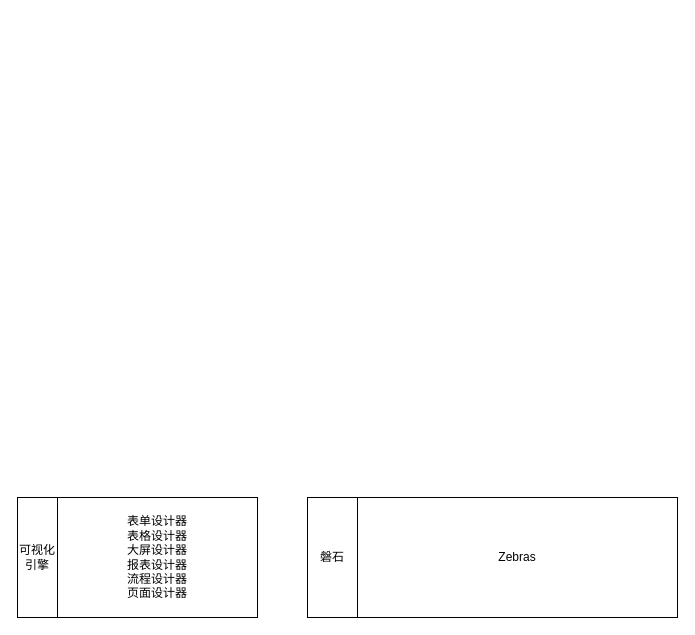
This is 低代码—架构.drawio from tangyaosimida/love, a draw.io file, before an edit. Source tidied: cells renumbered, new cells numbered last; positions are measured from the earlier drawing's top-left corner, leaving out a move shared by most shapes. Both pictures are drawn from the tidied source at 100%, with x=0, y=0 at pixel (17, 497).
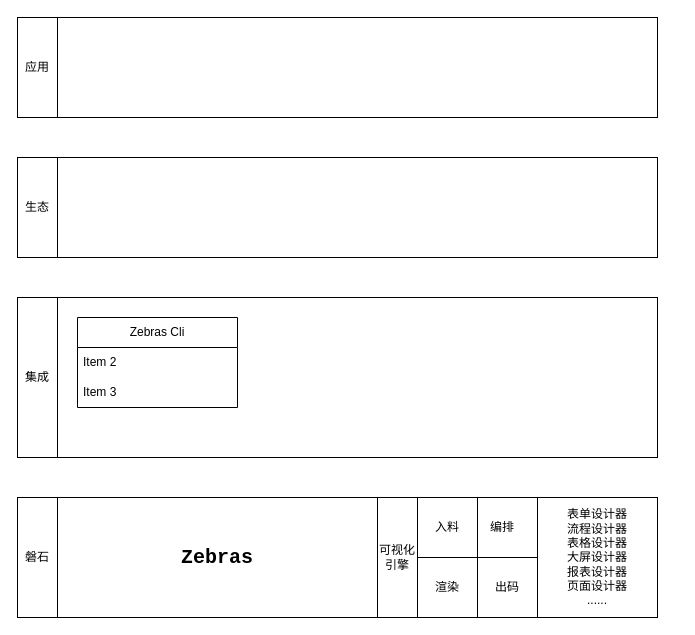
Above is the later version.

Commit message (it also covers changes not shown here):
更新低代码—架构.drawio

Diff of the diagram source:
```diff
@@
-    <mxCell id="2" value="可视化引擎" style="rounded=0;whiteSpace=wrap;html=1;" parent="1" vertex="1">
-      <mxGeometry width="40" height="120" as="geometry" />
-    </mxCell>
-    <mxCell id="3" value="表单设计器&lt;br&gt;表格设计器&lt;br&gt;大屏设计器&lt;br&gt;报表设计器&lt;br&gt;流程设计器&lt;br&gt;页面设计器" style="rounded=0;whiteSpace=wrap;html=1;" parent="1" vertex="1">
-      <mxGeometry x="40" width="200" height="120" as="geometry" />
-    </mxCell>
-    <mxCell id="4" value="Zebras" style="rounded=0;whiteSpace=wrap;html=1;" parent="1" vertex="1">
-      <mxGeometry x="340" width="320" height="120" as="geometry" />
+    <mxCell id="4" style="rounded=0;whiteSpace=wrap;html=1;" parent="1" vertex="1">
+      <mxGeometry x="40" width="600" height="120" as="geometry" />
     </mxCell>
     <mxCell id="5" value="磐石" style="rounded=0;whiteSpace=wrap;html=1;" parent="1" vertex="1">
-      <mxGeometry x="290" width="50" height="120" as="geometry" />
+      <mxGeometry width="40" height="120" as="geometry" />
     </mxCell>
+    <mxCell id="6" style="rounded=0;whiteSpace=wrap;html=1;" parent="1" vertex="1">
+      <mxGeometry x="40" y="-200" width="600" height="160" as="geometry" />
+    </mxCell>
+    <mxCell id="7" value="集成" style="rounded=0;whiteSpace=wrap;html=1;" parent="1" vertex="1">
+      <mxGeometry y="-200" width="40" height="160" as="geometry" />
+    </mxCell>
+    <mxCell id="8" style="rounded=0;whiteSpace=wrap;html=1;" parent="1" vertex="1">
+      <mxGeometry x="40" y="-340" width="600" height="100" as="geometry" />
+    </mxCell>
+    <mxCell id="9" value="生态" style="rounded=0;whiteSpace=wrap;html=1;" parent="1" vertex="1">
+      <mxGeometry y="-340" width="40" height="100" as="geometry" />
+    </mxCell>
+    <mxCell id="10" style="rounded=0;whiteSpace=wrap;html=1;" parent="1" vertex="1">
+      <mxGeometry x="40" y="-480" width="600" height="100" as="geometry" />
+    </mxCell>
+    <mxCell id="11" value="应用" style="rounded=0;whiteSpace=wrap;html=1;" parent="1" vertex="1">
+      <mxGeometry y="-480" width="40" height="100" as="geometry" />
+    </mxCell>
+    <mxCell id="12" style="rounded=0;whiteSpace=wrap;html=1;fillColor=#B3B3B3;" parent="1" vertex="1">
+      <mxGeometry x="400" width="240" height="120" as="geometry" />
+    </mxCell>
+    <mxCell id="13" value="Zebras" style="text;html=1;align=center;verticalAlign=middle;whiteSpace=wrap;rounded=0;fontStyle=1;fontSize=20;fontFamily=Courier New;" parent="1" vertex="1">
+      <mxGeometry x="170" y="45" width="60" height="30" as="geometry" />
+    </mxCell>
+    <mxCell id="14" value="编排" style="rounded=0;whiteSpace=wrap;html=1;" parent="1" vertex="1">
+      <mxGeometry x="450" width="70" height="60" as="geometry" />
+    </mxCell>
+    <mxCell id="15" value="出码" style="rounded=0;whiteSpace=wrap;html=1;" parent="1" vertex="1">
+      <mxGeometry x="460" y="60" width="60" height="60" as="geometry" />
+    </mxCell>
+    <mxCell id="16" value="入料" style="rounded=0;whiteSpace=wrap;html=1;" parent="1" vertex="1">
+      <mxGeometry x="400" width="60" height="60" as="geometry" />
+    </mxCell>
+    <mxCell id="17" value="渲染" style="rounded=0;whiteSpace=wrap;html=1;" parent="1" vertex="1">
+      <mxGeometry x="400" y="60" width="60" height="60" as="geometry" />
+    </mxCell>
+    <mxCell id="2" value="可视化引擎" style="rounded=0;whiteSpace=wrap;html=1;" parent="1" vertex="1">
+      <mxGeometry x="360" width="40" height="120" as="geometry" />
+    </mxCell>
+    <mxCell id="18" value="表单设计器&lt;br&gt;流程设计器&lt;br&gt;表格设计器&lt;br&gt;大屏设计器&lt;br&gt;报表设计器&lt;br&gt;页面设计器&lt;br&gt;......" style="rounded=0;whiteSpace=wrap;html=1;" parent="1" vertex="1">
+      <mxGeometry x="520" width="120" height="120" as="geometry" />
+    </mxCell>
+    <mxCell id="19" value="Zebras Cli" style="swimlane;fontStyle=0;horizontal=1;startSize=30;whiteSpace=wrap;html=1;" parent="1" vertex="1">
+      <mxGeometry x="60" y="-180" width="160" height="90" as="geometry" />
+    </mxCell>
+    <mxCell id="20" value="Item 2" style="text;strokeColor=none;fillColor=none;align=left;verticalAlign=middle;spacingLeft=4;spacingRight=4;overflow=hidden;whiteSpace=wrap;html=1;" parent="19" vertex="1">
+      <mxGeometry y="30" width="160" height="30" as="geometry" />
+    </mxCell>
+    <mxCell id="21" value="Item 3" style="text;strokeColor=none;fillColor=none;align=left;verticalAlign=middle;spacingLeft=4;spacingRight=4;overflow=hidden;whiteSpace=wrap;html=1;" parent="19" vertex="1">
+      <mxGeometry y="60" width="160" height="30" as="geometry" />
+    </mxCell>
```
